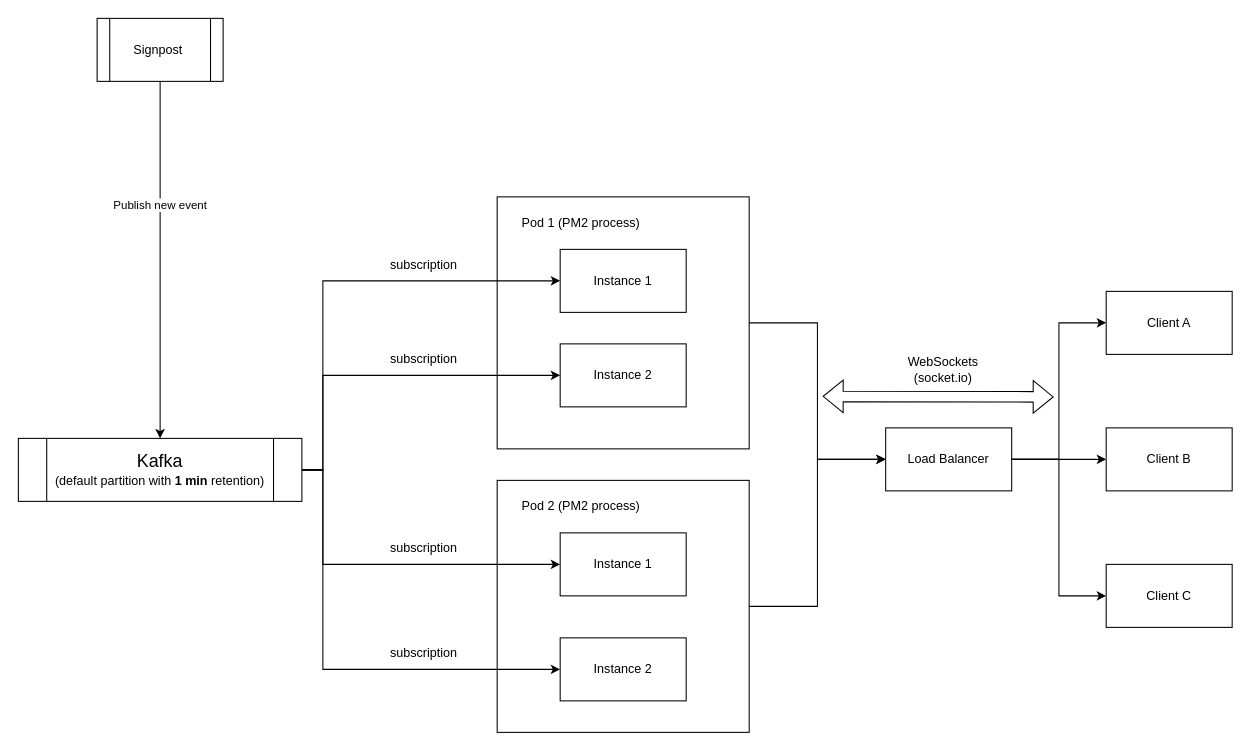
This is page "Kafka" (3 of 3) of hppd-Inbox.drawio from half-6/workflow, a draw.io file, before an edit. Source tidied: cells renumbered, new cells numbered last; positions are measured from the earlier drawing's top-left corner, leaving out a move shared by most shapes. Both pictures are drawn from the tidied source at 105%, with x=0, y=0 at pixel (18, 18).
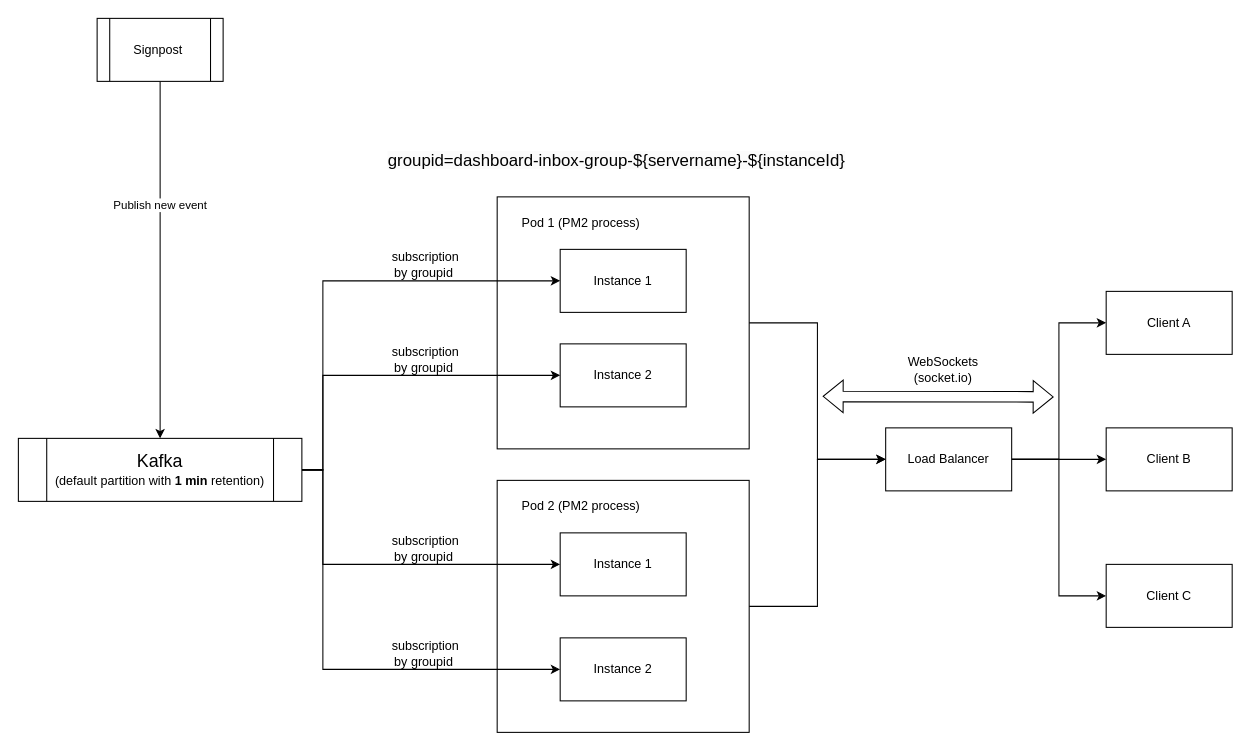
Above is the later version.

Change to the diagram source:
```diff
@@
-    <mxCell id="31" value="subscription&amp;nbsp;" style="text;html=1;align=center;verticalAlign=middle;whiteSpace=wrap;rounded=0;" parent="1" vertex="1">
+    <mxCell id="31" value="subscription by groupid&amp;nbsp;" style="text;html=1;align=center;verticalAlign=middle;whiteSpace=wrap;rounded=0;" parent="1" vertex="1">
       <mxGeometry x="350" y="220" width="76" height="30" as="geometry" />
     </mxCell>
-    <mxCell id="32" value="subscription&amp;nbsp;" style="text;html=1;align=center;verticalAlign=middle;whiteSpace=wrap;rounded=0;" parent="1" vertex="1">
+    <mxCell id="32" value="subscription by groupid&amp;nbsp;" style="text;html=1;align=center;verticalAlign=middle;whiteSpace=wrap;rounded=0;" parent="1" vertex="1">
       <mxGeometry x="350" y="310" width="76" height="30" as="geometry" />
     </mxCell>
-    <mxCell id="33" value="subscription&amp;nbsp;" style="text;html=1;align=center;verticalAlign=middle;whiteSpace=wrap;rounded=0;" parent="1" vertex="1">
+    <mxCell id="33" value="subscription by groupid&amp;nbsp;" style="text;html=1;align=center;verticalAlign=middle;whiteSpace=wrap;rounded=0;" parent="1" vertex="1">
       <mxGeometry x="350" y="490" width="76" height="30" as="geometry" />
     </mxCell>
-    <mxCell id="34" value="subscription&amp;nbsp;" style="text;html=1;align=center;verticalAlign=middle;whiteSpace=wrap;rounded=0;" parent="1" vertex="1">
+    <mxCell id="34" value="subscription by groupid&amp;nbsp;" style="text;html=1;align=center;verticalAlign=middle;whiteSpace=wrap;rounded=0;" parent="1" vertex="1">
       <mxGeometry x="350" y="590" width="76" height="30" as="geometry" />
     </mxCell>
+    <mxCell id="35" value="&lt;span style=&quot;color: rgb(0, 0, 0); font-family: Helvetica; font-size: 16px; font-style: normal; font-variant-ligatures: normal; font-variant-caps: normal; letter-spacing: normal; orphans: 2; text-align: center; text-indent: 0px; text-transform: none; widows: 2; word-spacing: 0px; -webkit-text-stroke-width: 0px; white-space: normal; background-color: rgb(251, 251, 251); text-decoration-thickness: initial; text-decoration-style: initial; text-decoration-color: initial; float: none; display: inline !important;&quot;&gt;groupid=dashboard-inbox-group-${servername}-${instanceId}&lt;/span&gt;" style="text;html=1;align=center;verticalAlign=middle;whiteSpace=wrap;rounded=0;fontSize=16;fontStyle=0;" parent="1" vertex="1">
+      <mxGeometry x="280" y="120" width="580" height="30" as="geometry" />
+    </mxCell>
```
